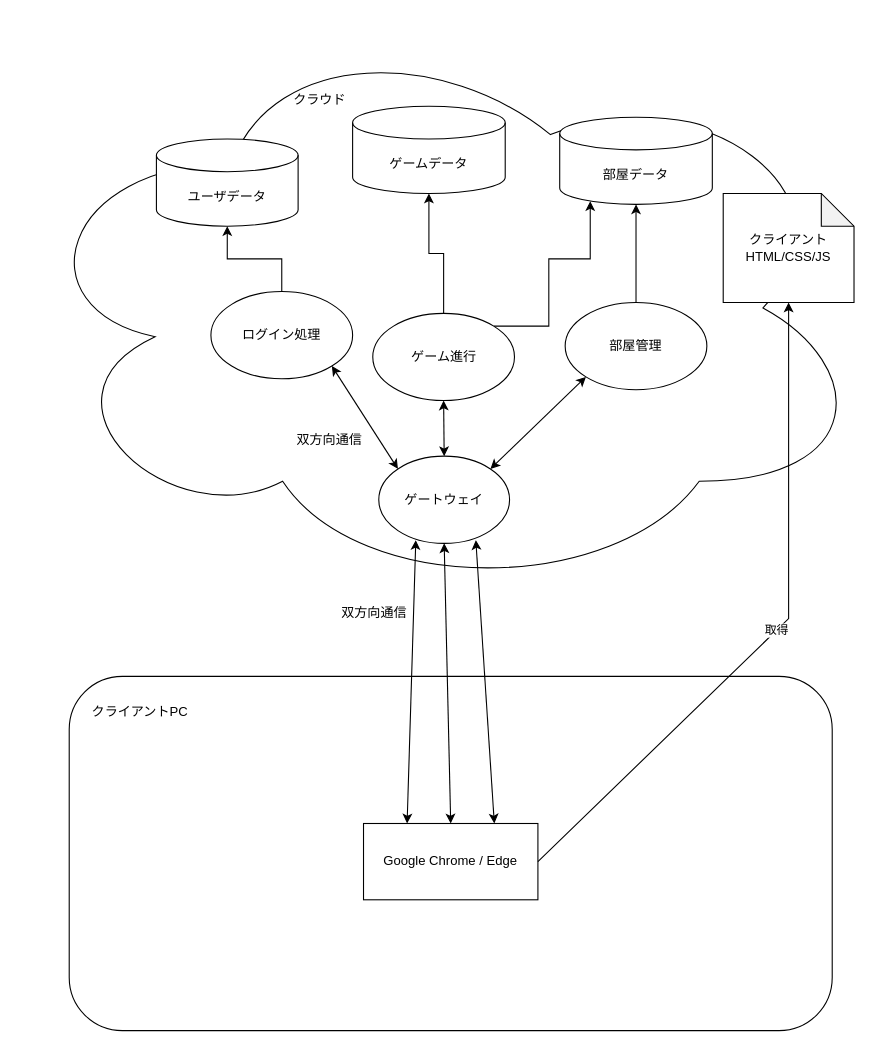
This is システム構成イメージ.drawio from kusa-mochi/youkenteigi, a draw.io file, before an edit. Source tidied: cells renumbered, new cells numbered last; positions are measured from the earlier drawing's top-left corner, leaving out a move shared by most shapes. Both pictures are drawn from the tidied source at 109%, with x=0, y=0 at pixel (19, 19).
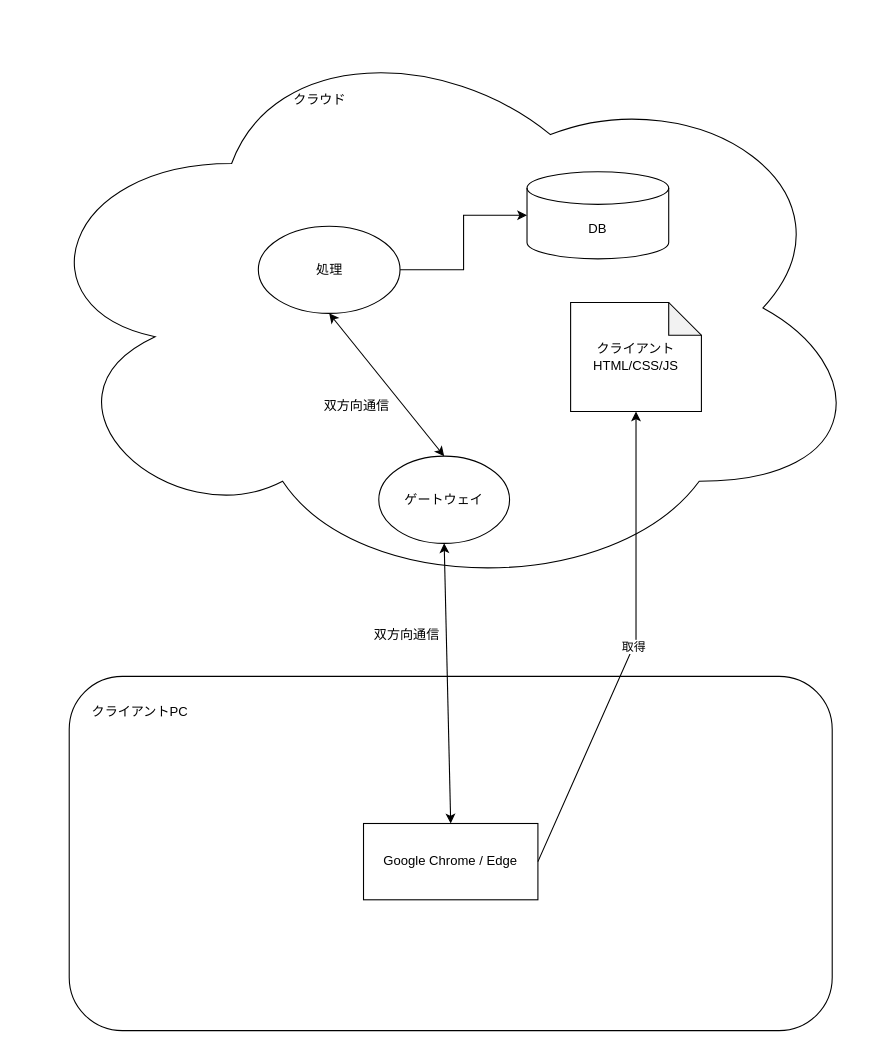
The same page after the edit.

Commit message (it also covers changes not shown here):
Update システム構成イメージ.drawio

The change refers to these unchanged cells:
```xml
<mxCell id="15" value="Google Chrome / Edge" style="rounded=0;whiteSpace=wrap;html=1;" parent="1" vertex="1">
  <mxGeometry x="316" y="738" width="160" height="70" as="geometry" />
</mxCell>
<mxCell id="20" value="ゲートウェイ" style="ellipse;whiteSpace=wrap;html=1;" parent="1" vertex="1">
  <mxGeometry x="330" y="401" width="120" height="80" as="geometry" />
</mxCell>
```

What changed in the source:
```diff
@@
-    <mxCell id="3" value="ユーザデータ" style="shape=cylinder3;whiteSpace=wrap;html=1;boundedLbl=1;backgroundOutline=1;size=15;" parent="1" vertex="1">
-      <mxGeometry x="126" y="110" width="130" height="80" as="geometry" />
+    <mxCell id="3" value="DB" style="shape=cylinder3;whiteSpace=wrap;html=1;boundedLbl=1;backgroundOutline=1;size=15;" parent="1" vertex="1">
+      <mxGeometry x="466" y="140" width="130" height="80" as="geometry" />
     </mxCell>
-    <mxCell id="4" value="ゲームデータ" style="shape=cylinder3;whiteSpace=wrap;html=1;boundedLbl=1;backgroundOutline=1;size=15;" parent="1" vertex="1">
-      <mxGeometry x="306" y="80" width="140" height="80" as="geometry" />
-    </mxCell>
@@
-    <mxCell id="6" style="edgeStyle=orthogonalEdgeStyle;rounded=0;jettySize=auto;html=1;exitX=0.5;exitY=0;exitDx=0;exitDy=0;entryX=0.5;entryY=1;entryDx=0;entryDy=0;entryPerimeter=0;" parent="1" edge="1" source="7" target="3">
-      <mxGeometry relative="1" as="geometry" />
-    </mxCell>
-    <mxCell id="7" value="ログイン処理" style="ellipse;whiteSpace=wrap;html=1;" parent="1" vertex="1">
-      <mxGeometry x="176" y="250" width="130" height="80" as="geometry" />
-    </mxCell>
-    <mxCell id="8" value="部屋データ" style="shape=cylinder3;whiteSpace=wrap;html=1;boundedLbl=1;backgroundOutline=1;size=15;" parent="1" vertex="1">
-      <mxGeometry x="496" y="90" width="140" height="80" as="geometry" />
-    </mxCell>
     <mxCell id="9" value="クライアントHTML/CSS/JS" style="shape=note;whiteSpace=wrap;html=1;backgroundOutline=1;darkOpacity=0.05;" parent="1" vertex="1">
-      <mxGeometry x="646" y="160" width="120" height="100" as="geometry" />
+      <mxGeometry x="506" y="260" width="120" height="100" as="geometry" />
     </mxCell>
-    <mxCell id="10" style="edgeStyle=orthogonalEdgeStyle;rounded=0;jettySize=auto;html=1;exitX=0.5;exitY=0;exitDx=0;exitDy=0;entryX=0.5;entryY=1;entryDx=0;entryDy=0;entryPerimeter=0;" parent="1" edge="1" source="11" target="8">
-      <mxGeometry relative="1" as="geometry" />
-    </mxCell>
+    <mxCell id="27" style="edgeStyle=orthogonalEdgeStyle;rounded=0;jettySize=auto;html=1;exitX=1;exitY=0.5;exitDx=0;exitDy=0;entryX=0;entryY=0.5;entryDx=0;entryDy=0;entryPerimeter=0;" parent="1" edge="1" source="11" target="3">
+      <mxGeometry relative="1" as="geometry" />
+    </mxCell>
-    <mxCell id="11" value="部屋管理" style="ellipse;whiteSpace=wrap;html=1;" parent="1" vertex="1">
-      <mxGeometry x="501" y="260" width="130" height="80" as="geometry" />
+    <mxCell id="11" value="処理" style="ellipse;whiteSpace=wrap;html=1;" parent="1" vertex="1">
+      <mxGeometry x="219.5" y="190" width="130" height="80" as="geometry" />
     </mxCell>
-    <mxCell id="12" style="edgeStyle=orthogonalEdgeStyle;rounded=0;jettySize=auto;html=1;exitX=0.5;exitY=0;exitDx=0;exitDy=0;entryX=0.5;entryY=1;entryDx=0;entryDy=0;entryPerimeter=0;" parent="1" edge="1" source="14" target="4">
-      <mxGeometry relative="1" as="geometry" />
-    </mxCell>
-    <mxCell id="13" style="edgeStyle=orthogonalEdgeStyle;rounded=0;jettySize=auto;html=1;exitX=1;exitY=0;exitDx=0;exitDy=0;entryX=0.2;entryY=0.963;entryDx=0;entryDy=0;entryPerimeter=0;" parent="1" edge="1" source="14" target="8">
-      <mxGeometry relative="1" as="geometry">
-        <Array as="points">
-          <mxPoint x="486" y="282" />
-          <mxPoint x="486" y="220" />
-          <mxPoint x="524" y="220" />
-        </Array>
-      </mxGeometry>
-    </mxCell>
-    <mxCell id="14" value="ゲーム進行" style="ellipse;whiteSpace=wrap;html=1;" parent="1" vertex="1">
-      <mxGeometry x="324.5" y="270" width="130" height="80" as="geometry" />
-    </mxCell>
@@
-    <mxCell id="16" style="endArrow=classic;startArrow=classic;html=1;rounded=0;entryX=0.283;entryY=0.963;entryDx=0;entryDy=0;exitX=0.25;exitY=0;exitDx=0;exitDy=0;entryPerimeter=0;" parent="1" edge="1" source="15" target="20">
-      <mxGeometry relative="1" as="geometry" />
-    </mxCell>
@@
-    <mxCell id="18" style="endArrow=classic;startArrow=classic;html=1;rounded=0;entryX=0.742;entryY=0.963;entryDx=0;entryDy=0;exitX=0.75;exitY=0;exitDx=0;exitDy=0;entryPerimeter=0;" parent="1" edge="1" source="15" target="20">
-      <mxGeometry relative="1" as="geometry" />
-    </mxCell>
     <mxCell id="19" value="双方向通信" style="text;html=1;strokeColor=none;fillColor=none;align=center;verticalAlign=middle;whiteSpace=wrap;rounded=0;" parent="1" vertex="1">
-      <mxGeometry x="286" y="530" width="80" height="30" as="geometry" />
+      <mxGeometry x="316" y="550" width="80" height="30" as="geometry" />
     </mxCell>
@@
     <mxCell id="21" value="双方向通信" style="text;html=1;strokeColor=none;fillColor=none;align=center;verticalAlign=middle;whiteSpace=wrap;rounded=0;" parent="1" vertex="1">
-      <mxGeometry x="244.5" y="371" width="80" height="30" as="geometry" />
+      <mxGeometry x="269.5" y="340" width="80" height="30" as="geometry" />
     </mxCell>
-    <mxCell id="22" style="endArrow=classic;startArrow=classic;html=1;rounded=0;entryX=1;entryY=1;entryDx=0;entryDy=0;exitX=0;exitY=0;exitDx=0;exitDy=0;" parent="1" edge="1" source="20" target="7">
-      <mxGeometry relative="1" as="geometry" />
-    </mxCell>
-    <mxCell id="23" style="endArrow=classic;startArrow=classic;html=1;rounded=0;entryX=0.5;entryY=1;entryDx=0;entryDy=0;exitX=0.5;exitY=0;exitDx=0;exitDy=0;" parent="1" edge="1" source="20" target="14">
-      <mxGeometry relative="1" as="geometry" />
-    </mxCell>
-    <mxCell id="24" style="endArrow=classic;startArrow=classic;html=1;rounded=0;entryX=0;entryY=1;entryDx=0;entryDy=0;exitX=1;exitY=0;exitDx=0;exitDy=0;" parent="1" edge="1" source="20" target="11">
+    <mxCell id="24" style="endArrow=classic;startArrow=classic;html=1;rounded=0;entryX=0.5;entryY=1;entryDx=0;entryDy=0;exitX=0.5;exitY=0;exitDx=0;exitDy=0;" parent="1" edge="1" source="20" target="11">
       <mxGeometry relative="1" as="geometry" />
     </mxCell>
     <mxCell id="25" style="endArrow=classic;html=1;rounded=0;entryX=0.5;entryY=1;entryDx=0;entryDy=0;entryPerimeter=0;exitX=1;exitY=0.5;exitDx=0;exitDy=0;" parent="1" edge="1" source="15" target="9">
       <mxGeometry relative="1" as="geometry">
         <Array as="points">
-          <mxPoint x="706" y="550" />
+          <mxPoint x="566" y="570" />
         </Array>
       </mxGeometry>
     </mxCell>
```
